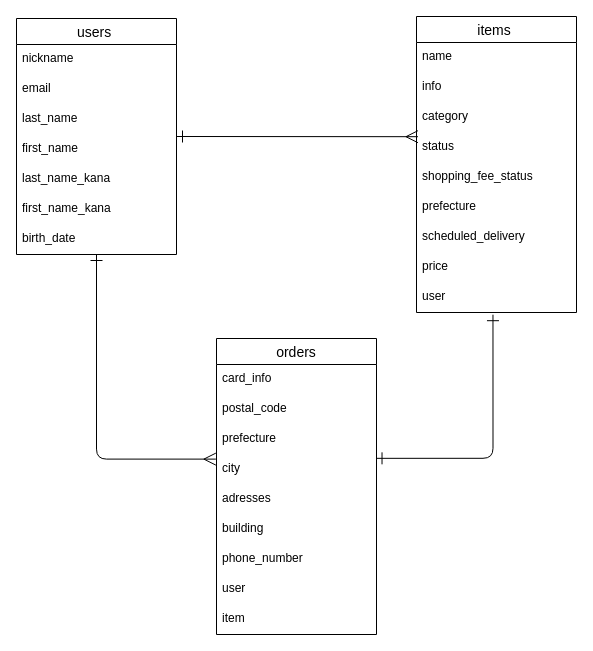
Above: ER.dio in moe20200404/furima-37582 (draw.io), before the change. Source tidied: cells renumbered, new cells numbered last; positions are measured from the earlier drawing's top-left corner, leaving out a move shared by most shapes. Both pictures are drawn from the tidied source at 100%, with x=0, y=0 at pixel (16, 16).
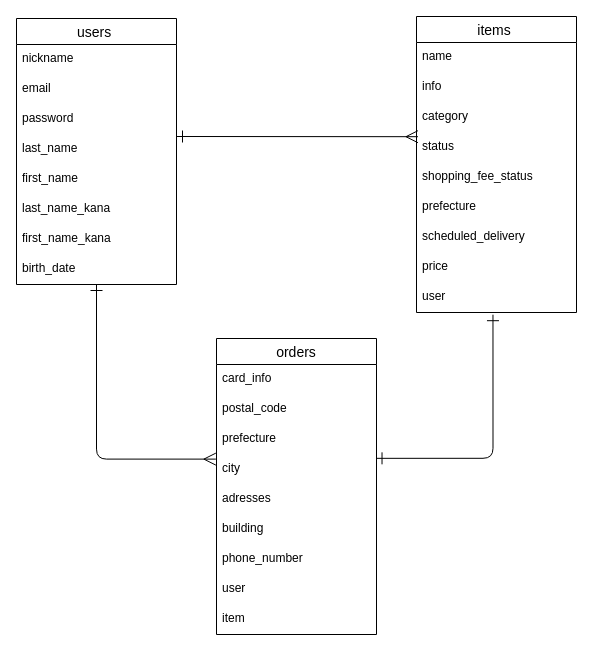
After the change.

Commit message (it also covers changes not shown here):
見直しに伴う修正

Diff of the diagram source:
```diff
@@
     <mxCell id="3" value="users " style="swimlane;fontStyle=0;horizontal=1;startSize=26;align=center;fontSize=14;" parent="1" vertex="1">
-      <mxGeometry y="2" width="160" height="236" as="geometry" />
+      <mxGeometry y="2" width="160" height="266" as="geometry" />
     </mxCell>
@@
+    <mxCell id="33" value="password" style="text;strokeColor=none;fillColor=none;spacingLeft=4;spacingRight=4;overflow=hidden;fontSize=12;" parent="3" vertex="1">
+      <mxGeometry y="86" width="160" height="30" as="geometry" />
+    </mxCell>
     <mxCell id="6" value="last_name" style="text;strokeColor=none;fillColor=none;spacingLeft=4;spacingRight=4;overflow=hidden;fontSize=12;verticalAlign=top;" parent="3" vertex="1">
-      <mxGeometry y="86" width="160" height="30" as="geometry" />
+      <mxGeometry y="116" width="160" height="30" as="geometry" />
     </mxCell>
     <mxCell id="7" value="first_name" style="text;strokeColor=none;fillColor=none;spacingLeft=4;spacingRight=4;overflow=hidden;fontSize=12;verticalAlign=top;" parent="3" vertex="1">
-      <mxGeometry y="116" width="160" height="30" as="geometry" />
+      <mxGeometry y="146" width="160" height="30" as="geometry" />
     </mxCell>
     <mxCell id="8" value="last_name_kana" style="text;strokeColor=none;fillColor=none;spacingLeft=4;spacingRight=4;overflow=hidden;fontSize=12;verticalAlign=top;" parent="3" vertex="1">
-      <mxGeometry y="146" width="160" height="30" as="geometry" />
+      <mxGeometry y="176" width="160" height="30" as="geometry" />
     </mxCell>
     <mxCell id="9" value="first_name_kana" style="text;strokeColor=none;fillColor=none;spacingLeft=4;spacingRight=4;overflow=hidden;fontSize=12;verticalAlign=top;" parent="3" vertex="1">
-      <mxGeometry y="176" width="160" height="30" as="geometry" />
+      <mxGeometry y="206" width="160" height="30" as="geometry" />
     </mxCell>
     <mxCell id="10" value="birth_date" style="text;strokeColor=none;fillColor=none;spacingLeft=4;spacingRight=4;overflow=hidden;fontSize=12;verticalAlign=top;" parent="3" vertex="1">
-      <mxGeometry y="206" width="160" height="30" as="geometry" />
+      <mxGeometry y="236" width="160" height="30" as="geometry" />
     </mxCell>
```
